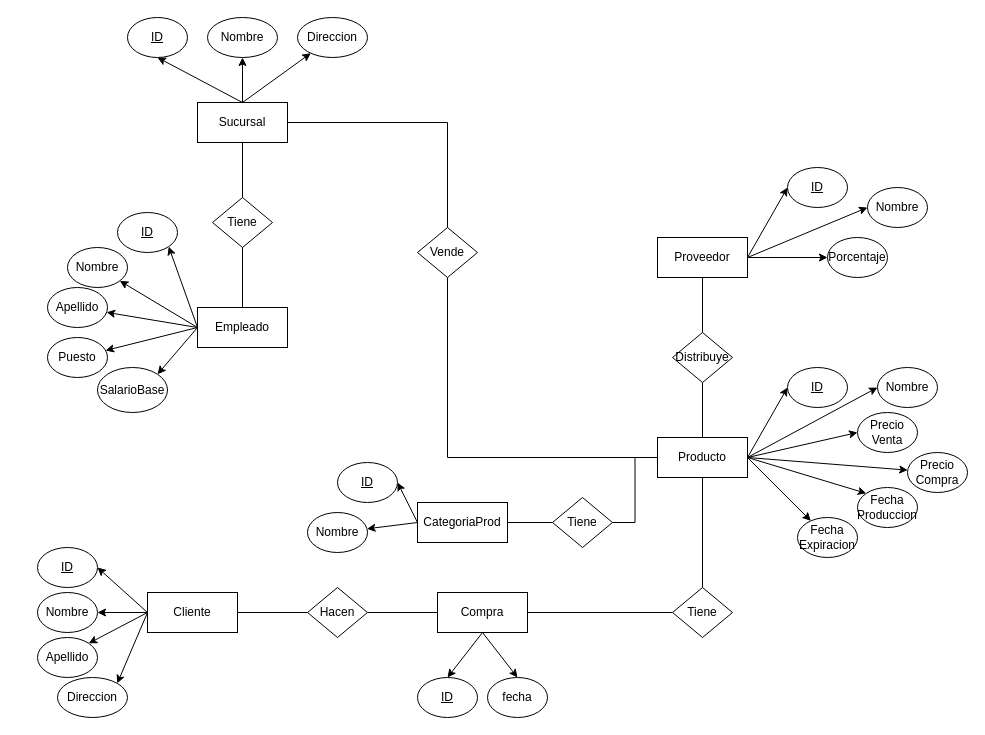
Above: Untitled Diagram.drawio in Valhylian/Proyecto1-BD (draw.io), before the change. Source tidied: cells renumbered, new cells numbered last; positions are measured from the earlier drawing's top-left corner, leaving out a move shared by most shapes. Both pictures are drawn from the tidied source at 100%, with x=0, y=0 at pixel (37, 17).
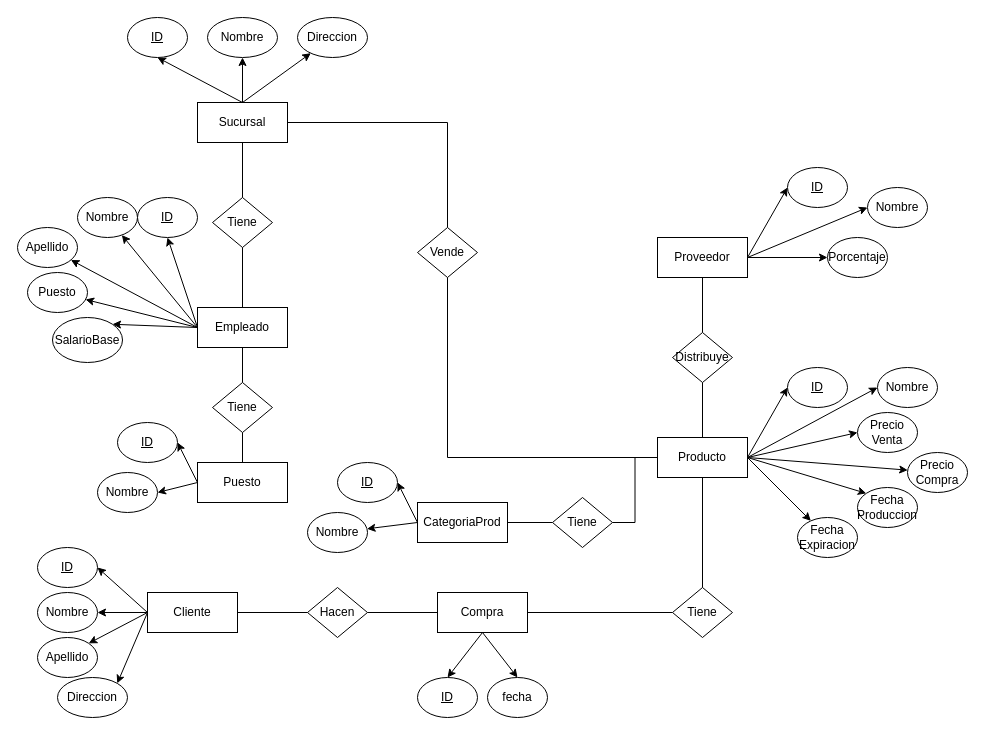
The same page after the edit.

The change refers to these unchanged cells:
```xml
<mxCell id="11" value="Empleado" style="rounded=0;whiteSpace=wrap;html=1;" parent="1" vertex="1">
  <mxGeometry x="160" y="290" width="90" height="40" as="geometry" />
</mxCell>
```

Diff of the diagram source:
```diff
@@
-    <mxCell id="6" style="edgeStyle=none;rounded=0;jettySize=auto;html=1;exitX=0;exitY=0.5;exitDx=0;exitDy=0;entryX=1;entryY=1;entryDx=0;entryDy=0;" parent="1" edge="1" source="11" target="42">
+    <mxCell id="6" style="edgeStyle=none;rounded=0;jettySize=auto;html=1;exitX=0;exitY=0.5;exitDx=0;exitDy=0;entryX=0.5;entryY=1;entryDx=0;entryDy=0;" parent="1" edge="1" source="11" target="42">
       <mxGeometry relative="1" as="geometry" />
     </mxCell>
@@
     <mxCell id="36" value="Nombre" style="ellipse;whiteSpace=wrap;html=1;" parent="1" vertex="1">
-      <mxGeometry x="30" y="230" width="60" height="40" as="geometry" />
+      <mxGeometry x="40" y="180" width="60" height="40" as="geometry" />
     </mxCell>
     <mxCell id="37" value="Puesto" style="ellipse;whiteSpace=wrap;html=1;" parent="1" vertex="1">
-      <mxGeometry x="10" y="320" width="60" height="40" as="geometry" />
+      <mxGeometry x="-10" y="255" width="60" height="40" as="geometry" />
     </mxCell>
     <mxCell id="38" value="Apellido" style="ellipse;whiteSpace=wrap;html=1;" parent="1" vertex="1">
-      <mxGeometry x="10" y="270" width="60" height="40" as="geometry" />
+      <mxGeometry x="-20" y="210" width="60" height="40" as="geometry" />
     </mxCell>
     <mxCell id="39" value="SalarioBase" style="ellipse;whiteSpace=wrap;html=1;" parent="1" vertex="1">
-      <mxGeometry x="60" y="350" width="70" height="45" as="geometry" />
+      <mxGeometry x="15" y="300" width="70" height="45" as="geometry" />
     </mxCell>
@@
     <mxCell id="42" value="&lt;u&gt;ID&lt;/u&gt;" style="ellipse;whiteSpace=wrap;html=1;" parent="1" vertex="1">
-      <mxGeometry x="80" y="195" width="60" height="40" as="geometry" />
+      <mxGeometry x="100" y="180" width="60" height="40" as="geometry" />
     </mxCell>
@@
+    <mxCell id="77" value="Tiene" style="rhombus;whiteSpace=wrap;html=1;" parent="1" vertex="1">
+      <mxGeometry x="175" y="365" width="60" height="50" as="geometry" />
+    </mxCell>
+    <mxCell id="78" style="endArrow=none;html=1;rounded=0;entryX=0.5;entryY=1;entryDx=0;entryDy=0;exitX=0.5;exitY=0;exitDx=0;exitDy=0;" parent="1" edge="1" source="77" target="11">
+      <mxGeometry relative="1" as="geometry" />
+    </mxCell>
+    <mxCell id="79" style="rounded=0;jettySize=auto;html=1;exitX=0;exitY=0.5;exitDx=0;exitDy=0;entryX=1;entryY=0.5;entryDx=0;entryDy=0;" parent="1" edge="1" source="81" target="83">
+      <mxGeometry relative="1" as="geometry" />
+    </mxCell>
+    <mxCell id="80" style="edgeStyle=none;rounded=0;jettySize=auto;html=1;exitX=0;exitY=0.5;exitDx=0;exitDy=0;entryX=1;entryY=0.5;entryDx=0;entryDy=0;" parent="1" edge="1" source="81" target="84">
+      <mxGeometry relative="1" as="geometry" />
+    </mxCell>
+    <mxCell id="81" value="Puesto" style="rounded=0;whiteSpace=wrap;html=1;" parent="1" vertex="1">
+      <mxGeometry x="160" y="445" width="90" height="40" as="geometry" />
+    </mxCell>
+    <mxCell id="82" style="endArrow=none;html=1;rounded=0;entryX=0.5;entryY=1;entryDx=0;entryDy=0;exitX=0.5;exitY=0;exitDx=0;exitDy=0;" parent="1" edge="1" source="81" target="77">
+      <mxGeometry relative="1" as="geometry" />
+    </mxCell>
+    <mxCell id="83" value="&lt;u&gt;ID&lt;/u&gt;" style="ellipse;whiteSpace=wrap;html=1;" parent="1" vertex="1">
+      <mxGeometry x="80" y="405" width="60" height="40" as="geometry" />
+    </mxCell>
+    <mxCell id="84" value="Nombre" style="ellipse;whiteSpace=wrap;html=1;" parent="1" vertex="1">
+      <mxGeometry x="60" y="455" width="60" height="40" as="geometry" />
+    </mxCell>
```
